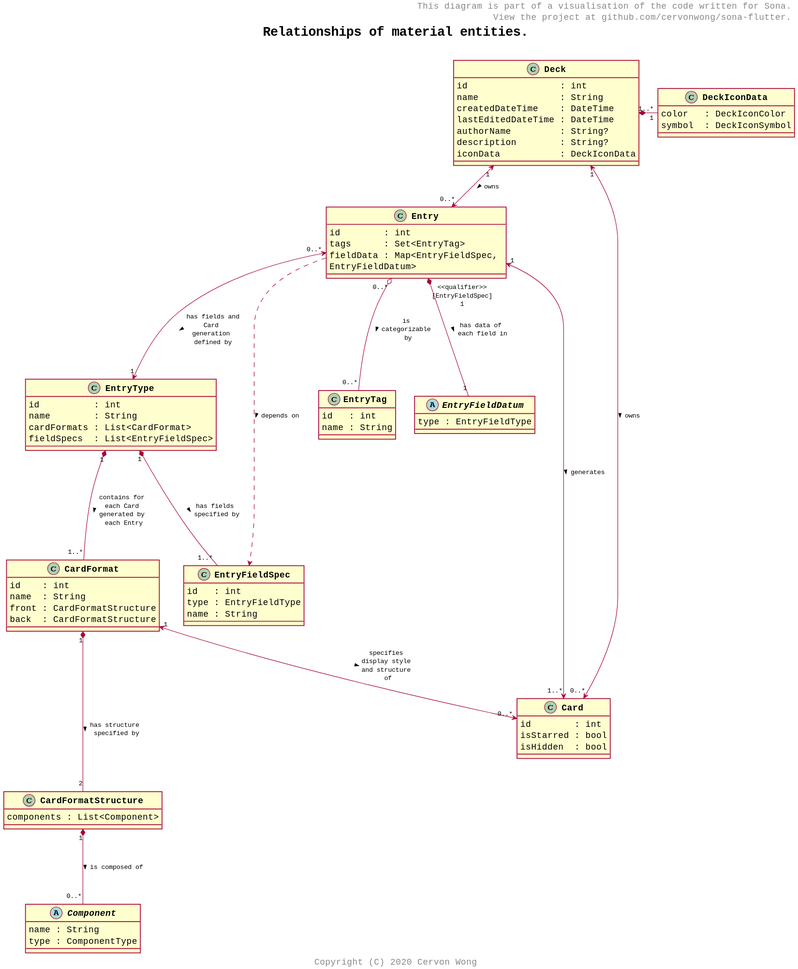
This is puml/material_entities.svg from cervonwong/sona-flutter, a PlantUML export, as it was before one commit.
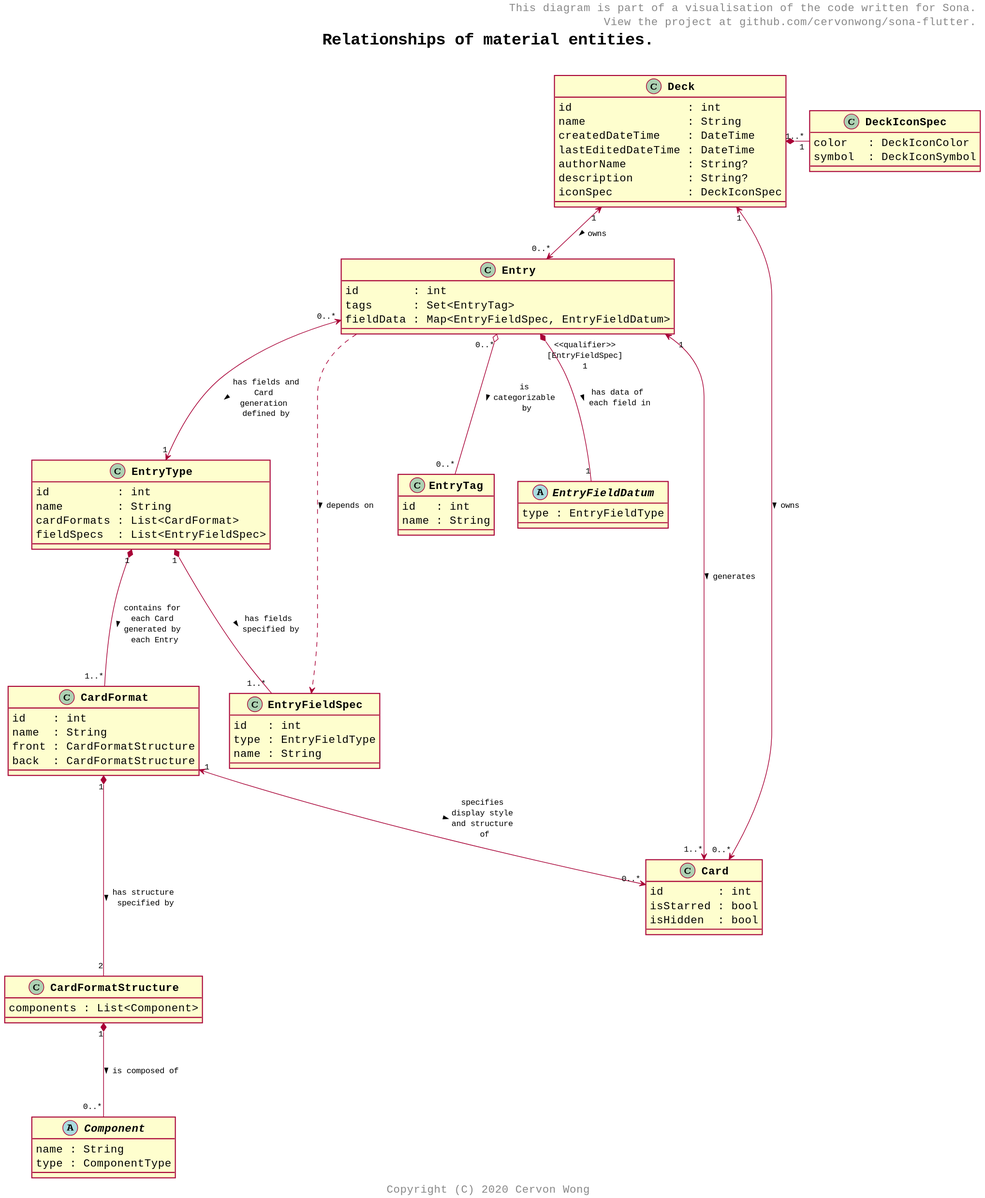
After the commit.

Commit message:
Docs(puml): Rename DeckIconData to DeckIconSpec

Data is plural and makes naming awkward

Diff of the diagram source:
```diff
@@ -1,6 +1,4 @@
 @startuml
-skinparam classAttributeIconSize 0
-skinparam wrapWidth 400
 
 skinparam maxMessageSize 100
 skinparam shadowing false
@@ -34,10 +32,10 @@
 	lastEditedDateTime : DateTime
 	authorName         : String?
 	description        : String?
-	iconData           : DeckIconData
+	iconSpec           : DeckIconSpec
 }
 
-class DeckIconData {
+class DeckIconSpec {
 	color   : DeckIconColor
 	symbol  : DeckIconSymbol
 }
@@ -80,7 +78,7 @@
 	type : ComponentType
 }
 
-Deck 				"1..*"								 *-   "1"    DeckIconData
+Deck 				"1..*"								 *-   "1"    DeckIconSpec
 Deck                "1"                                  <--> "0..*" Entry               : owns >
 Entry               "1"                                  <--> "1..*" Card                : generates >
 Deck                "1"                                  <--> "0..*" Card                : owns >
```
